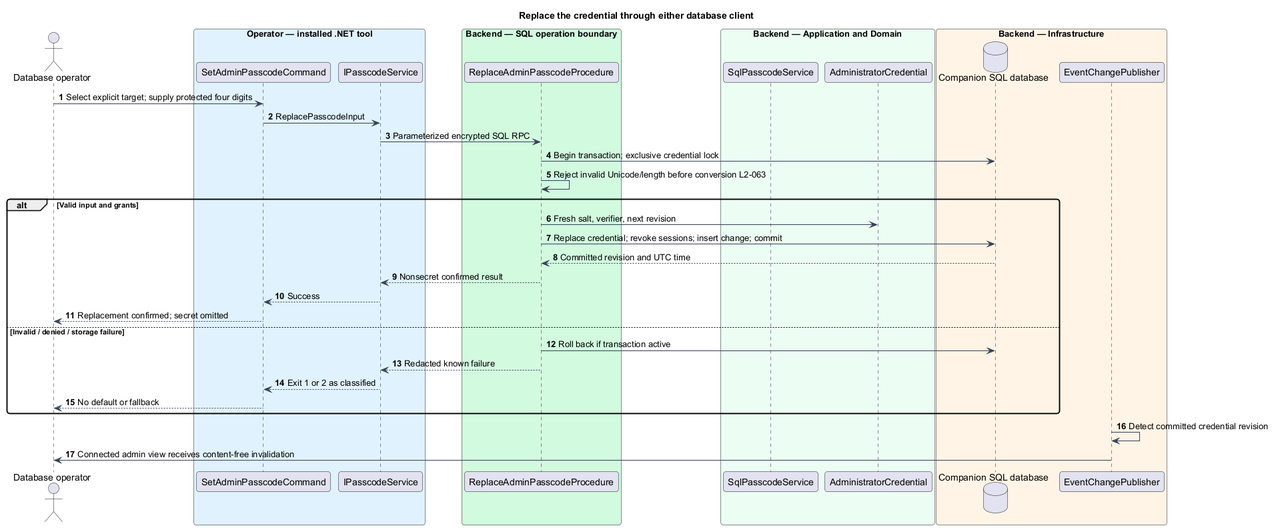
Earlier version of the PlantUML export docs/detailed-designs/access/replace-passcode/diagrams/sequence-replace.png (QuinntyneBrown/faithtech-toronto-ai-build-event). Source of this version:
```plantuml
@startuml
skinparam backgroundColor #FFFFFF
skinparam shadowing false
skinparam defaultFontName Arial
skinparam ArrowColor #344054
skinparam roundcorner 8
autonumber
title Replace the credential through either database client
actor "Database operator" as actor
box "Operator — installed .NET tool" #E0F2FE
participant "SetAdminPasscodeCommand" as page
participant "IPasscodeService" as client
end box
box "Backend — SQL operation boundary" #D1FADF
participant "ReplaceAdminPasscodeProcedure" as controller
end box
box "Backend — Application and Domain" #ECFDF3
participant "SqlPasscodeService" as handler
participant "AdministratorCredential" as entity
end box
box "Backend — Infrastructure" #FFF4E5
database "Companion SQL database" as db
participant "EventChangePublisher" as push
end box
actor -> page : Select explicit target; supply protected four digits
page -> client : ReplacePasscodeInput
client -> controller : Parameterized encrypted SQL RPC
controller -> db : Begin transaction; exclusive credential lock
controller -> controller : Reject invalid Unicode/length before conversion L2-063
alt Valid input and grants
 controller -> entity : Fresh salt, verifier, next revision
 controller -> db : Replace credential; revoke sessions; insert change; commit
 db --> controller : Committed revision and UTC time
 controller --> client : Nonsecret confirmed result
 client --> page : Success
 page --> actor : Replacement confirmed; secret omitted
else Invalid / denied / storage failure
 controller -> db : Roll back if transaction active
 controller --> client : Redacted known failure
 client --> page : Exit 1 or 2 as classified
 page --> actor : No default or fallback
end
push -> push : Detect committed credential revision
push -> actor : Connected admin view receives content-free invalidation
@enduml
```
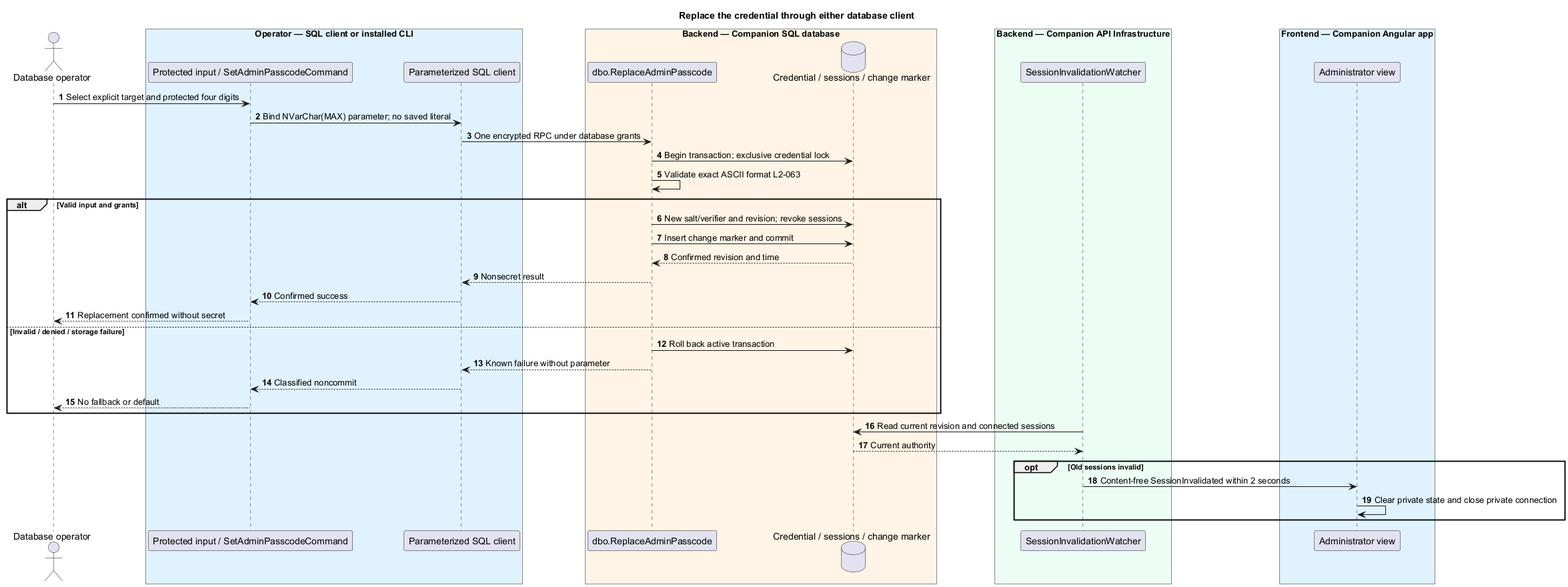
Above is the later version.

The edit, as a diff of the source:
```diff
@@ -2,44 +2,45 @@
 skinparam backgroundColor #FFFFFF
 skinparam shadowing false
 skinparam defaultFontName Arial
-skinparam ArrowColor #344054
-skinparam roundcorner 8
 autonumber
+actor "Database operator" as actor
+box "Operator — SQL client or installed CLI" #E0F2FE
+participant "Protected input / SetAdminPasscodeCommand" as input
+participant "Parameterized SQL client" as client
+end box
+box "Backend — Companion SQL database" #FFF4E5
+participant "dbo.ReplaceAdminPasscode" as procedure
+database "Credential / sessions / change marker" as db
+end box
+box "Backend — Companion API Infrastructure" #ECFDF3
+participant "SessionInvalidationWatcher" as watcher
+end box
+box "Frontend — Companion Angular app" #E0F2FE
+participant "Administrator view" as view
+end box
 title Replace the credential through either database client
-actor "Database operator" as actor
-box "Operator — installed .NET tool" #E0F2FE
-participant "SetAdminPasscodeCommand" as page
-participant "IPasscodeService" as client
-end box
-box "Backend — SQL operation boundary" #D1FADF
-participant "ReplaceAdminPasscodeProcedure" as controller
-end box
-box "Backend — Application and Domain" #ECFDF3
-participant "SqlPasscodeService" as handler
-participant "AdministratorCredential" as entity
-end box
-box "Backend — Infrastructure" #FFF4E5
-database "Companion SQL database" as db
-participant "EventChangePublisher" as push
-end box
-actor -> page : Select explicit target; supply protected four digits
-page -> client : ReplacePasscodeInput
-client -> controller : Parameterized encrypted SQL RPC
-controller -> db : Begin transaction; exclusive credential lock
-controller -> controller : Reject invalid Unicode/length before conversion L2-063
+actor -> input : Select explicit target and protected four digits
+input -> client : Bind NVarChar(MAX) parameter; no saved literal
+client -> procedure : One encrypted RPC under database grants
+procedure -> db : Begin transaction; exclusive credential lock
+procedure -> procedure : Validate exact ASCII format L2-063
 alt Valid input and grants
- controller -> entity : Fresh salt, verifier, next revision
- controller -> db : Replace credential; revoke sessions; insert change; commit
- db --> controller : Committed revision and UTC time
- controller --> client : Nonsecret confirmed result
- client --> page : Success
- page --> actor : Replacement confirmed; secret omitted
+ procedure -> db : New salt/verifier and revision; revoke sessions
+ procedure -> db : Insert change marker and commit
+ db --> procedure : Confirmed revision and time
+ procedure --> client : Nonsecret result
+ client --> input : Confirmed success
+ input --> actor : Replacement confirmed without secret
 else Invalid / denied / storage failure
- controller -> db : Roll back if transaction active
- controller --> client : Redacted known failure
- client --> page : Exit 1 or 2 as classified
- page --> actor : No default or fallback
+ procedure -> db : Roll back active transaction
+ procedure --> client : Known failure without parameter
+ client --> input : Classified noncommit
+ input --> actor : No fallback or default
 end
-push -> push : Detect committed credential revision
-push -> actor : Connected admin view receives content-free invalidation
+watcher -> db : Read current revision and connected sessions
+db --> watcher : Current authority
+opt Old sessions invalid
+ watcher -> view : Content-free SessionInvalidated within 2 seconds
+ view -> view : Clear private state and close private connection
+end
 @enduml
```
